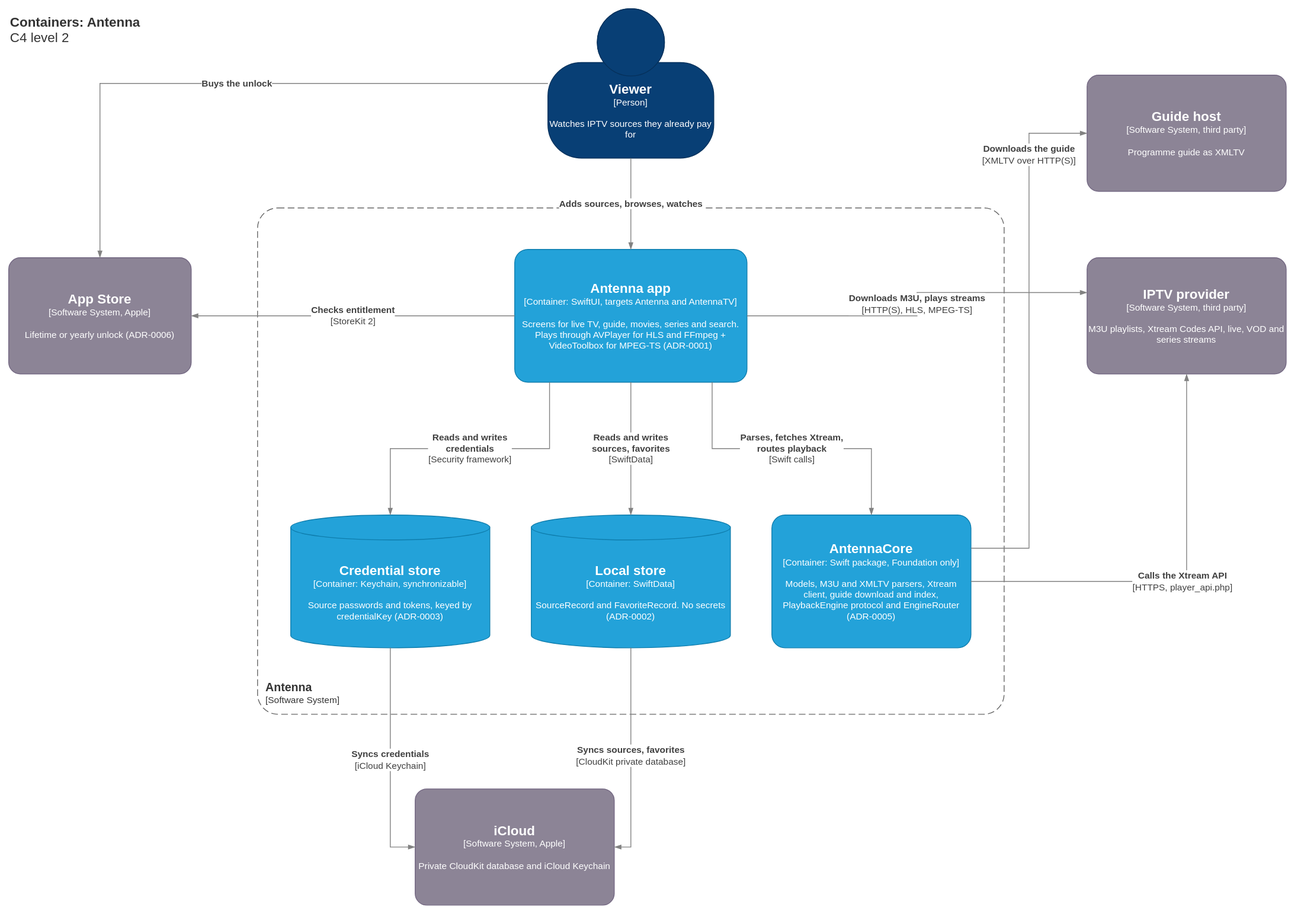
Above: docs/architecture/c4-container.drawio.svg in OlofLoov/antenna (draw.io), before the change. Source tidied: cells renumbered, new cells last; positions are measured from the earlier drawing's top-left corner, leaving out a move shared by most shapes.
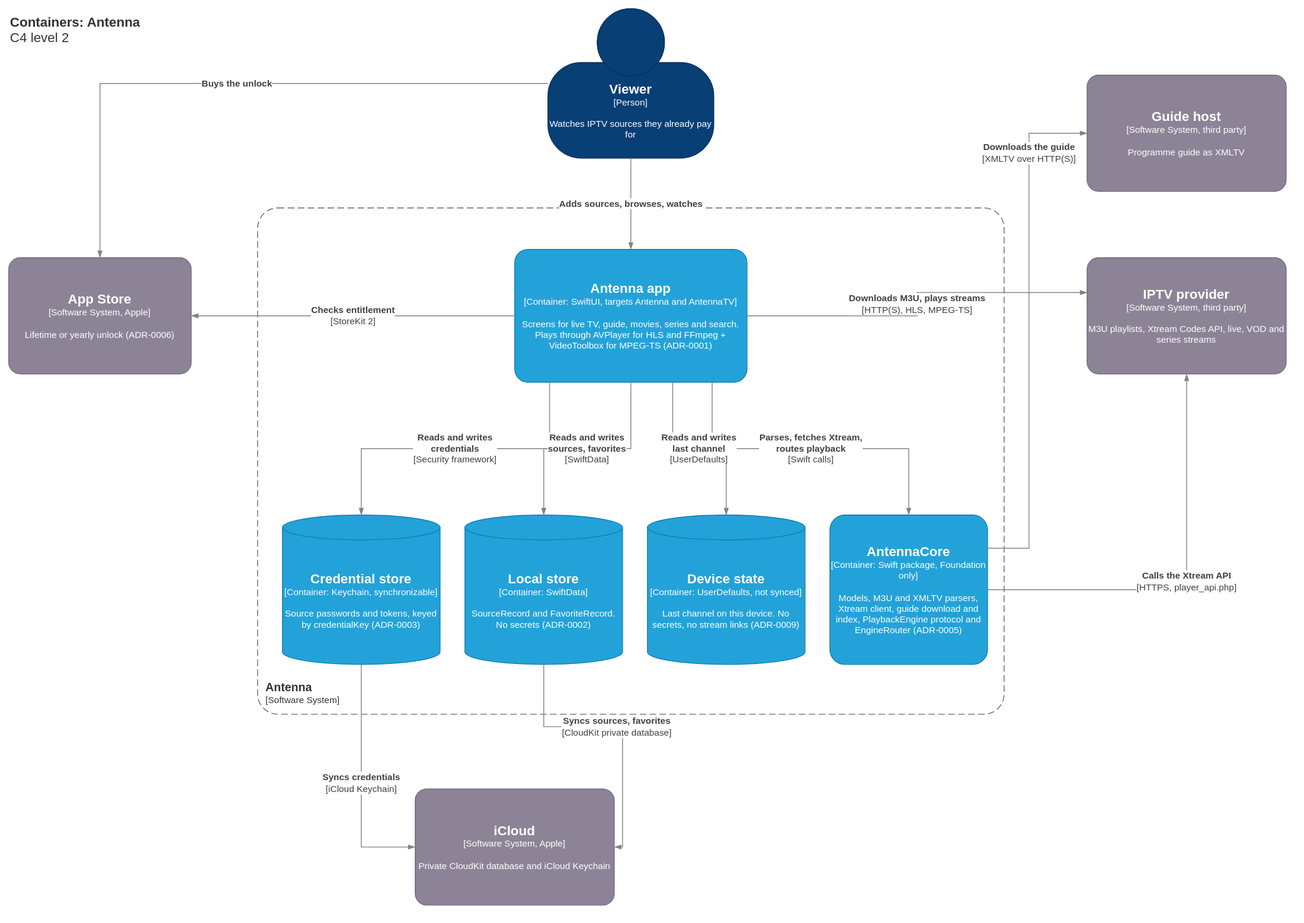
The same file after the commit.

Commit message:
docs(adr): 0009 keep per-device state in UserDefaults

Spec 0015 stores the channel last watched on each Apple TV, and 0028 adds
recents on every platform. Neither may sync, and neither may hold a stream
link. The ADR puts such state in UserDefaults under per-screen keys and
refuses channel ids that contain a link. The container diagram gains a
Device state store with an edge from the app and none to iCloud.

Spec: 0015
ADR: 0009

Diff of the diagram source:
```diff
@@ -15,13 +15,16 @@
       <mxGeometry x="610" y="290" width="280" height="160" as="geometry" />
     </mxCell>
     <mxCell id="6" value="&lt;font style='font-size:16px'&gt;&lt;b&gt;Credential store&lt;/b&gt;&lt;/font&gt;&lt;div&gt;[Container: Keychain, synchronizable]&lt;/div&gt;&lt;br&gt;&lt;div&gt;Source passwords and tokens, keyed by credentialKey (ADR-0003)&lt;/div&gt;" style="shape=cylinder3;size=15;boundedLbl=1;whiteSpace=wrap;html=1;labelBackgroundColor=none;fillColor=#23A2D9;fontColor=#ffffff;align=center;strokeColor=#0E7DAD;fontSize=11;" parent="1" vertex="1">
-      <mxGeometry x="340" y="610" width="240" height="160" as="geometry" />
+      <mxGeometry x="330" y="610" width="190" height="180" as="geometry" />
     </mxCell>
     <mxCell id="7" value="&lt;font style='font-size:16px'&gt;&lt;b&gt;Local store&lt;/b&gt;&lt;/font&gt;&lt;div&gt;[Container: SwiftData]&lt;/div&gt;&lt;br&gt;&lt;div&gt;SourceRecord and FavoriteRecord. No secrets (ADR-0002)&lt;/div&gt;" style="shape=cylinder3;size=15;boundedLbl=1;whiteSpace=wrap;html=1;labelBackgroundColor=none;fillColor=#23A2D9;fontColor=#ffffff;align=center;strokeColor=#0E7DAD;fontSize=11;" parent="1" vertex="1">
-      <mxGeometry x="630" y="610" width="240" height="160" as="geometry" />
+      <mxGeometry x="550" y="610" width="190" height="180" as="geometry" />
     </mxCell>
+    <mxCell id="24" value="&lt;font style='font-size:16px'&gt;&lt;b&gt;Device state&lt;/b&gt;&lt;/font&gt;&lt;div&gt;[Container: UserDefaults, not synced]&lt;/div&gt;&lt;br&gt;&lt;div&gt;Last channel on this device. No secrets, no stream links (ADR-0009)&lt;/div&gt;" style="shape=cylinder3;size=15;boundedLbl=1;whiteSpace=wrap;html=1;labelBackgroundColor=none;fillColor=#23A2D9;fontColor=#ffffff;align=center;strokeColor=#0E7DAD;fontSize=11;" parent="1" vertex="1">
+      <mxGeometry x="770" y="610" width="190" height="180" as="geometry" />
+    </mxCell>
     <mxCell id="8" value="&lt;font style='font-size:16px'&gt;&lt;b&gt;AntennaCore&lt;/b&gt;&lt;/font&gt;&lt;div&gt;[Container: Swift package, Foundation only]&lt;/div&gt;&lt;br&gt;&lt;div&gt;Models, M3U and XMLTV parsers, Xtream client, guide download and index, PlaybackEngine protocol and EngineRouter (ADR-0005)&lt;/div&gt;" style="rounded=1;whiteSpace=wrap;html=1;labelBackgroundColor=none;fillColor=#23A2D9;fontColor=#ffffff;align=center;arcSize=10;strokeColor=#0E7DAD;fontSize=11;" parent="1" vertex="1">
-      <mxGeometry x="920" y="610" width="240" height="160" as="geometry" />
+      <mxGeometry x="990" y="610" width="190" height="180" as="geometry" />
     </mxCell>
     <mxCell id="9" value="&lt;font style='font-size:16px'&gt;&lt;b&gt;App Store&lt;/b&gt;&lt;/font&gt;&lt;div&gt;[Software System, Apple]&lt;/div&gt;&lt;br&gt;&lt;div&gt;Lifetime or yearly unlock (ADR-0006)&lt;/div&gt;" style="rounded=1;whiteSpace=wrap;html=1;labelBackgroundColor=none;fillColor=#8C8496;fontColor=#ffffff;align=center;arcSize=10;strokeColor=#736782;fontSize=11;" parent="1" vertex="1">
       <mxGeometry y="300" width="220" height="140" as="geometry" />
@@ -73,5 +76,8 @@
     <mxCell id="23" value="&lt;b&gt;Syncs sources, favorites&lt;/b&gt;&lt;div&gt;[CloudKit private database]&lt;/div&gt;" style="endArrow=blockThin;html=1;fontSize=11;fontColor=#404040;endFill=1;strokeColor=#828282;edgeStyle=orthogonalEdgeStyle;rounded=0;labelBackgroundColor=#ffffff;exitX=0.5;exitY=1;entryX=1;entryY=0.5;" parent="1" edge="1" source="7" target="10">
       <mxGeometry relative="1" as="geometry" />
     </mxCell>
+    <mxCell id="25" value="&lt;b&gt;Reads and writes&lt;br&gt;last channel&lt;/b&gt;&lt;div&gt;[UserDefaults]&lt;/div&gt;" style="endArrow=blockThin;html=1;fontSize=11;fontColor=#404040;endFill=1;strokeColor=#828282;edgeStyle=orthogonalEdgeStyle;rounded=0;labelBackgroundColor=#ffffff;exitX=0.68;exitY=1;entryX=0.5;entryY=0;" parent="1" edge="1" source="5" target="24">
+      <mxGeometry relative="1" as="geometry" />
+    </mxCell>
   </root>
 </mxGraphModel>
```
